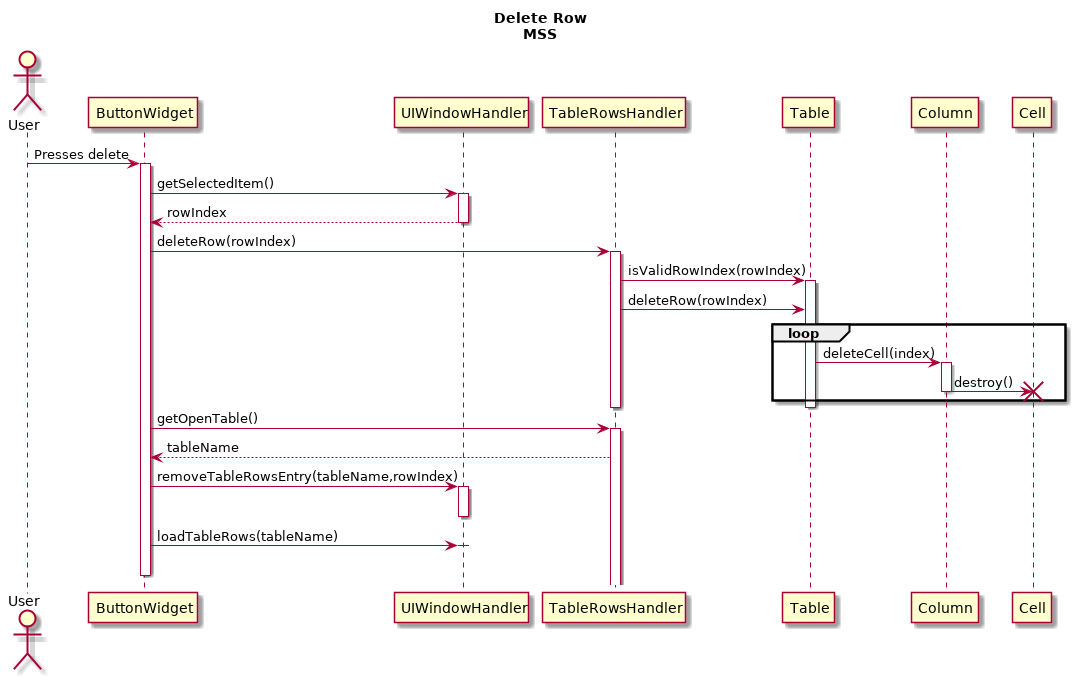
This is diagrams/interactionDiagrams/deleteRow.png from Bhamoss/softwareOntwerpProject, a PlantUML export, as it was before one commit.
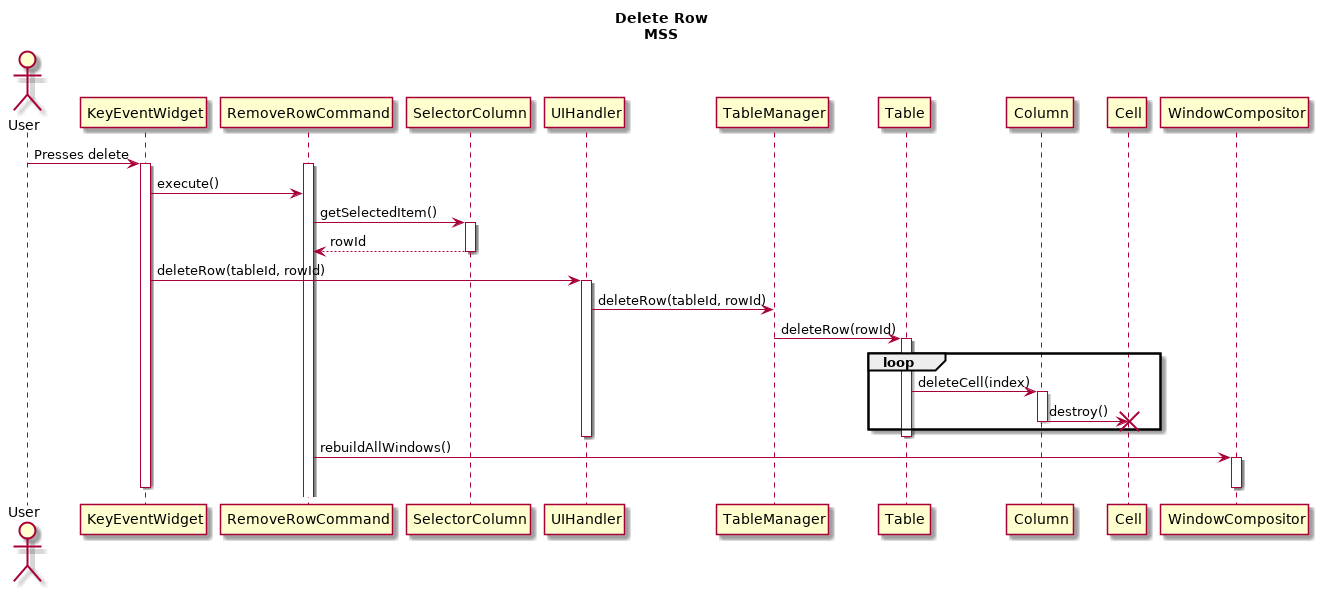
Above is the later version.

The edit, as a diff of the source:
```diff
@@ -1,20 +1,20 @@
 @startuml
 title Delete Row\nMSS
 Actor User
-User->ButtonWidget: Presses delete
-activate ButtonWidget
-ButtonWidget ->UIWindowHandler: getSelectedItem()
-activate UIWindowHandler
-ButtonWidget <-- UIWindowHandler: rowIndex
-deactivate UIWindowHandler
 
-ButtonWidget -> TableRowsHandler: deleteRow(rowIndex)
-activate TableRowsHandler
-
-TableRowsHandler -> Table: isValidRowIndex(rowIndex)
+User->KeyEventWidget: Presses delete
+activate KeyEventWidget
+activate RemoveRowCommand
+KeyEventWidget -> RemoveRowCommand: execute()
+RemoveRowCommand ->SelectorColumn: getSelectedItem()
+activate SelectorColumn
+RemoveRowCommand <-- SelectorColumn: rowId
+deactivate SelectorColumn
+KeyEventWidget -> UIHandler: deleteRow(tableId, rowId)
+activate UIHandler
+UIHandler -> TableManager: deleteRow(tableId, rowId)
+TableManager -> Table: deleteRow(rowId)
 activate Table
-TableRowsHandler -> Table: deleteRow(rowIndex)
-
 loop
     Table -> Column: deleteCell(index)
     activate Column
@@ -22,18 +22,14 @@
     deactivate Column
     destroy Cell
 end
+
+deactivate UIHandler
 deactivate Table
-deactivate TableRowsHandler
-ButtonWidget -> TableRowsHandler: getOpenTable()
-activate TableRowsHandler
-ButtonWidget <-- TableRowsHandler: tableName
-deactivate UIWindowHandler
-ButtonWidget -> UIWindowHandler: removeTableRowsEntry(tableName,rowIndex)
-activate UIWindowHandler
-deactivate UIWindowHandler
 
-ButtonWidget -> UIWindowHandler: loadTableRows(tableName)
+RemoveRowCommand -> WindowCompositor: rebuildAllWindows()
+activate WindowCompositor
+deactivate WindowCompositor
+deactivate KeyEventWidget
 
-activate UIWindowHandler
-deactivate ButtonWidget
+
 @enduml
```
